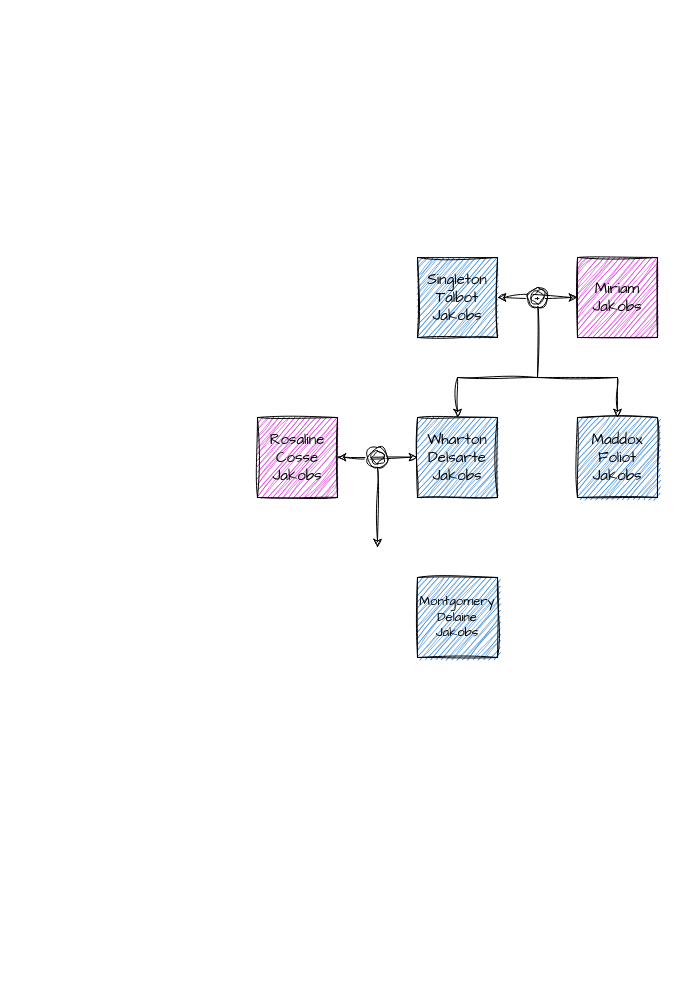
The draw.io diagram something/jfv family tree.drawio in hallowlock/jfv-family-tree, before the edit. Source tidied: cells renumbered, new cells numbered last; positions are measured from the earlier drawing's top-left corner, leaving out a move shared by most shapes. Both pictures are drawn from the tidied source at 100%, with x=0, y=0 at pixel (257, 257).
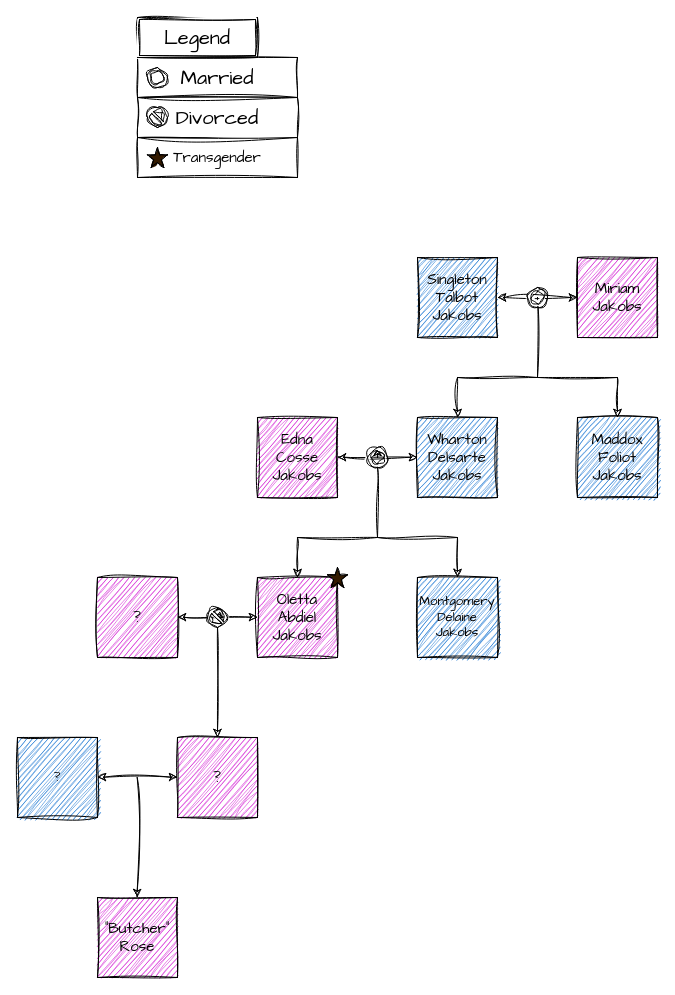
Above is the later version.

What changed in the source:
```diff
@@
-    <mxCell id="2" style="edgeStyle=orthogonalEdgeStyle;rounded=0;sketch=1;hachureGap=4;jiggle=2;curveFitting=1;jettySize=auto;html=1;exitX=1;exitY=0.5;exitDx=0;exitDy=0;entryX=0;entryY=0.5;entryDx=0;entryDy=0;fontFamily=Architects Daughter;fontSize=16;startArrow=classic;" parent="1" edge="1" source="3" target="4">
+    <mxCell id="2" style="edgeStyle=orthogonalEdgeStyle;rounded=0;hachureGap=4;jettySize=auto;html=1;exitX=1;exitY=0.5;exitDx=0;exitDy=0;entryX=0;entryY=0.5;entryDx=0;entryDy=0;fontFamily=Architects Daughter;fontSize=16;startArrow=classic;sketch=1;curveFitting=1;jiggle=2;" parent="1" edge="1" source="3" target="4">
       <mxGeometry relative="1" as="geometry" />
     </mxCell>
-    <mxCell id="3" value="&lt;div style=&quot;font-size: 15px;&quot;&gt;Singleton Talbot Jakobs&lt;br style=&quot;font-size: 15px;&quot;&gt;&lt;/div&gt;" style="rounded=0;whiteSpace=wrap;html=1;sketch=1;hachureGap=4;jiggle=2;curveFitting=1;fontFamily=Architects Daughter;fontSize=15;labelBackgroundColor=none;labelBorderColor=none;fillColor=#0066CC;" parent="1" vertex="1">
+    <mxCell id="3" value="&lt;div style=&quot;font-size: 15px;&quot;&gt;Singleton Talbot Jakobs&lt;br style=&quot;font-size: 15px;&quot;&gt;&lt;/div&gt;" style="rounded=0;whiteSpace=wrap;html=1;hachureGap=4;fontFamily=Architects Daughter;fontSize=15;labelBackgroundColor=none;labelBorderColor=none;fillColor=#0066CC;sketch=1;curveFitting=1;jiggle=2;" parent="1" vertex="1">
       <mxGeometry x="160" width="80" height="80" as="geometry" />
     </mxCell>
-    <mxCell id="4" value="Miriam Jakobs" style="rounded=0;whiteSpace=wrap;html=1;sketch=1;hachureGap=4;jiggle=2;curveFitting=1;fontFamily=Architects Daughter;fontSize=15;labelBackgroundColor=none;labelBorderColor=none;fillColor=#CC00CC;" parent="1" vertex="1">
+    <mxCell id="4" value="Miriam Jakobs" style="rounded=0;whiteSpace=wrap;html=1;hachureGap=4;fontFamily=Architects Daughter;fontSize=15;labelBackgroundColor=none;labelBorderColor=none;fillColor=#CC00CC;sketch=1;curveFitting=1;jiggle=2;" parent="1" vertex="1">
       <mxGeometry x="320" width="80" height="80" as="geometry" />
     </mxCell>
-    <mxCell id="5" value="Wharton Delsarte Jakobs" style="rounded=0;whiteSpace=wrap;html=1;sketch=1;hachureGap=4;jiggle=2;curveFitting=1;fontFamily=Architects Daughter;fontSize=15;labelBackgroundColor=none;labelBorderColor=none;fillColor=#0066CC;" parent="1" vertex="1">
+    <mxCell id="5" value="Wharton Delsarte Jakobs" style="rounded=0;whiteSpace=wrap;html=1;hachureGap=4;fontFamily=Architects Daughter;fontSize=15;labelBackgroundColor=none;labelBorderColor=none;fillColor=#0066CC;sketch=1;curveFitting=1;jiggle=2;" parent="1" vertex="1">
       <mxGeometry x="160" y="160" width="80" height="80" as="geometry" />
     </mxCell>
-    <mxCell id="6" style="endArrow=classic;html=1;rounded=0;sketch=1;hachureGap=4;jiggle=2;curveFitting=1;fontFamily=Architects Daughter;fontSize=16;entryX=0.5;entryY=0;entryDx=0;entryDy=0;" parent="1" edge="1" target="5">
+    <mxCell id="6" style="endArrow=classic;html=1;rounded=0;hachureGap=4;fontFamily=Architects Daughter;fontSize=16;entryX=0.5;entryY=0;entryDx=0;entryDy=0;sketch=1;curveFitting=1;jiggle=2;" parent="1" edge="1" target="5">
       <mxGeometry relative="1" as="geometry">
         <mxPoint x="280" y="40" as="sourcePoint" />
         <Array as="points">
           <mxPoint x="280" y="120" />
           <mxPoint x="200" y="120" />
         </Array>
       </mxGeometry>
     </mxCell>
-    <mxCell id="7" value="Maddox Foliot Jakobs" style="rounded=0;whiteSpace=wrap;html=1;sketch=1;hachureGap=4;jiggle=2;curveFitting=1;fontFamily=Architects Daughter;fontSize=15;labelBackgroundColor=none;labelBorderColor=none;fillColor=#0066CC;" parent="1" vertex="1">
+    <mxCell id="7" value="Maddox Foliot Jakobs" style="rounded=0;whiteSpace=wrap;html=1;hachureGap=4;fontFamily=Architects Daughter;fontSize=15;labelBackgroundColor=none;labelBorderColor=none;fillColor=#0066CC;sketch=1;curveFitting=1;jiggle=2;" parent="1" vertex="1">
       <mxGeometry x="320" y="160" width="80" height="80" as="geometry" />
     </mxCell>
-    <mxCell id="8" style="endArrow=classic;html=1;rounded=0;sketch=1;hachureGap=4;jiggle=2;curveFitting=1;fontFamily=Architects Daughter;fontSize=16;entryX=0.5;entryY=0;entryDx=0;entryDy=0;" parent="1" edge="1" target="7">
+    <mxCell id="8" style="endArrow=classic;html=1;rounded=0;hachureGap=4;fontFamily=Architects Daughter;fontSize=16;entryX=0.5;entryY=0;entryDx=0;entryDy=0;sketch=1;curveFitting=1;jiggle=2;" parent="1" edge="1" target="7">
       <mxGeometry relative="1" as="geometry">
         <mxPoint x="280" y="120" as="sourcePoint" />
         <Array as="points">
           <mxPoint x="360" y="120" />
         </Array>
       </mxGeometry>
     </mxCell>
-    <mxCell id="9" style="verticalLabelPosition=bottom;verticalAlign=top;html=1;shape=mxgraph.basic.donut;dx=3.67;sketch=1;hachureGap=4;jiggle=2;curveFitting=1;fontFamily=Architects Daughter;fontSize=20;" parent="1" vertex="1">
+    <mxCell id="9" style="verticalLabelPosition=bottom;verticalAlign=top;html=1;shape=mxgraph.basic.donut;dx=3.67;hachureGap=4;fontFamily=Architects Daughter;fontSize=20;sketch=1;curveFitting=1;jiggle=2;" parent="1" vertex="1">
       <mxGeometry x="270" y="30" width="20" height="20" as="geometry" />
     </mxCell>
-    <mxCell id="10" value="Rosaline Cosse Jakobs" style="rounded=0;whiteSpace=wrap;html=1;sketch=1;hachureGap=4;jiggle=2;curveFitting=1;fontFamily=Architects Daughter;fontSize=15;labelBackgroundColor=none;labelBorderColor=none;fillColor=#CC00CC;" parent="1" vertex="1">
+    <mxCell id="10" value="Edna Cosse Jakobs" style="rounded=0;whiteSpace=wrap;html=1;hachureGap=4;fontFamily=Architects Daughter;fontSize=15;labelBackgroundColor=none;labelBorderColor=none;fillColor=#CC00CC;sketch=1;curveFitting=1;jiggle=2;" parent="1" vertex="1">
       <mxGeometry y="160" width="80" height="80" as="geometry" />
     </mxCell>
-    <mxCell id="11" style="edgeStyle=orthogonalEdgeStyle;rounded=0;sketch=1;hachureGap=4;jiggle=2;curveFitting=1;orthogonalLoop=1;jettySize=auto;html=1;exitX=1;exitY=0.5;exitDx=0;exitDy=0;entryX=0;entryY=0.5;entryDx=0;entryDy=0;fontFamily=Architects Daughter;fontSize=16;startArrow=classic;" parent="1" edge="1">
+    <mxCell id="11" style="edgeStyle=orthogonalEdgeStyle;rounded=0;hachureGap=4;orthogonalLoop=1;jettySize=auto;html=1;exitX=1;exitY=0.5;exitDx=0;exitDy=0;entryX=0;entryY=0.5;entryDx=0;entryDy=0;fontFamily=Architects Daughter;fontSize=16;startArrow=classic;sketch=1;curveFitting=1;jiggle=2;" parent="1" edge="1">
       <mxGeometry relative="1" as="geometry">
         <mxPoint x="80" y="199.7" as="sourcePoint" />
         <mxPoint x="160" y="199.7" as="targetPoint" />
       </mxGeometry>
     </mxCell>
-    <mxCell id="12" style="verticalLabelPosition=bottom;verticalAlign=top;html=1;shape=mxgraph.basic.donut;dx=3.67;sketch=1;hachureGap=4;jiggle=2;curveFitting=1;fontFamily=Architects Daughter;fontSize=20;" parent="1" vertex="1">
-      <mxGeometry x="110" y="190" width="20" height="20" as="geometry" />
-    </mxCell>
-    <mxCell id="13" style="endArrow=classic;html=1;rounded=0;sketch=1;hachureGap=4;jiggle=2;curveFitting=1;fontFamily=Architects Daughter;fontSize=16;" parent="1" edge="1" source="12">
+    <mxCell id="13" style="endArrow=classic;html=1;rounded=0;hachureGap=4;fontFamily=Architects Daughter;fontSize=16;entryX=0.5;entryY=0;entryDx=0;entryDy=0;sketch=1;curveFitting=1;jiggle=2;" parent="1" edge="1" source="12" target="14">
       <mxGeometry relative="1" as="geometry">
-        <mxPoint x="120" y="290" as="targetPoint" />
+        <Array as="points">
+          <mxPoint x="120" y="280" />
+          <mxPoint x="200" y="280" />
+        </Array>
       </mxGeometry>
     </mxCell>
-    <mxCell id="14" value="Montgomery Delaine Jakobs" style="rounded=0;whiteSpace=wrap;html=1;sketch=1;hachureGap=4;jiggle=2;curveFitting=1;fontFamily=Architects Daughter;fontSize=13;labelBackgroundColor=none;labelBorderColor=none;fillColor=#0066CC;" parent="1" vertex="1">
+    <mxCell id="14" value="Montgomery Delaine Jakobs" style="rounded=0;whiteSpace=wrap;html=1;hachureGap=4;fontFamily=Architects Daughter;fontSize=13;labelBackgroundColor=none;labelBorderColor=none;fillColor=#0066CC;sketch=1;curveFitting=1;jiggle=2;" parent="1" vertex="1">
       <mxGeometry x="160" y="320" width="80" height="80" as="geometry" />
     </mxCell>
+    <mxCell id="15" value="Oletta Abdiel Jakobs" style="rounded=0;whiteSpace=wrap;html=1;hachureGap=4;fontFamily=Architects Daughter;fontSize=15;labelBackgroundColor=none;labelBorderColor=none;fillColor=#CC00CC;sketch=1;curveFitting=1;jiggle=2;" parent="1" vertex="1">
+      <mxGeometry y="320" width="80" height="80" as="geometry" />
+    </mxCell>
+    <mxCell id="16" style="endArrow=classic;html=1;rounded=0;hachureGap=4;fontFamily=Architects Daughter;fontSize=16;entryX=0.5;entryY=0;entryDx=0;entryDy=0;sketch=1;curveFitting=1;jiggle=2;" parent="1" edge="1" target="15">
+      <mxGeometry relative="1" as="geometry">
+        <mxPoint x="120" y="280" as="sourcePoint" />
+        <Array as="points">
+          <mxPoint x="40" y="280" />
+        </Array>
+      </mxGeometry>
+    </mxCell>
+    <mxCell id="17" style="endArrow=classic;html=1;rounded=0;hachureGap=4;fontFamily=Architects Daughter;fontSize=16;entryX=0.5;entryY=0;entryDx=0;entryDy=0;sketch=1;curveFitting=1;jiggle=2;" parent="1" edge="1" target="12">
+      <mxGeometry relative="1" as="geometry">
+        <mxPoint x="120" y="200" as="sourcePoint" />
+      </mxGeometry>
+    </mxCell>
+    <mxCell id="12" style="verticalLabelPosition=bottom;verticalAlign=top;html=1;shape=mxgraph.basic.donut;dx=3.67;hachureGap=4;fontFamily=Architects Daughter;fontSize=20;sketch=1;curveFitting=1;jiggle=2;" parent="1" vertex="1">
+      <mxGeometry x="110" y="190" width="20" height="20" as="geometry" />
+    </mxCell>
+    <mxCell id="18" value="?" style="rounded=0;whiteSpace=wrap;html=1;hachureGap=4;fontFamily=Architects Daughter;fontSize=15;labelBackgroundColor=none;labelBorderColor=none;fillColor=#CC00CC;sketch=1;curveFitting=1;jiggle=2;" parent="1" vertex="1">
+      <mxGeometry x="-160" y="320" width="80" height="80" as="geometry" />
+    </mxCell>
+    <mxCell id="19" style="edgeStyle=orthogonalEdgeStyle;rounded=0;hachureGap=4;orthogonalLoop=1;jettySize=auto;html=1;exitX=1;exitY=0.5;exitDx=0;exitDy=0;entryX=0;entryY=0.5;entryDx=0;entryDy=0;fontFamily=Architects Daughter;fontSize=16;startArrow=classic;sketch=1;curveFitting=1;jiggle=2;" parent="1" edge="1">
+      <mxGeometry relative="1" as="geometry">
+        <mxPoint x="-80" y="359.7" as="sourcePoint" />
+        <mxPoint y="359.7" as="targetPoint" />
+      </mxGeometry>
+    </mxCell>
+    <mxCell id="20" value="?" style="rounded=0;whiteSpace=wrap;html=1;hachureGap=4;fontFamily=Architects Daughter;fontSize=15;labelBackgroundColor=none;labelBorderColor=none;fillColor=#CC00CC;sketch=1;curveFitting=1;jiggle=2;" parent="1" vertex="1">
+      <mxGeometry x="-80" y="480" width="80" height="80" as="geometry" />
+    </mxCell>
+    <mxCell id="21" style="endArrow=classic;html=1;rounded=0;hachureGap=4;fontFamily=Architects Daughter;fontSize=16;entryX=0.5;entryY=0;entryDx=0;entryDy=0;sketch=1;curveFitting=1;jiggle=2;" parent="1" edge="1" source="35" target="20">
+      <mxGeometry relative="1" as="geometry" />
+    </mxCell>
+    <mxCell id="22" value="?" style="rounded=0;whiteSpace=wrap;html=1;hachureGap=4;fontFamily=Architects Daughter;fontSize=13;labelBackgroundColor=none;labelBorderColor=none;fillColor=#0066CC;sketch=1;curveFitting=1;jiggle=2;" parent="1" vertex="1">
+      <mxGeometry x="-240" y="480" width="80" height="80" as="geometry" />
+    </mxCell>
+    <mxCell id="23" style="edgeStyle=orthogonalEdgeStyle;rounded=0;hachureGap=4;orthogonalLoop=1;jettySize=auto;html=1;exitX=1;exitY=0.5;exitDx=0;exitDy=0;entryX=0;entryY=0.5;entryDx=0;entryDy=0;fontFamily=Architects Daughter;fontSize=16;startArrow=classic;sketch=1;curveFitting=1;jiggle=2;" parent="1" edge="1">
+      <mxGeometry relative="1" as="geometry">
+        <mxPoint x="-160" y="519.7" as="sourcePoint" />
+        <mxPoint x="-80" y="519.7" as="targetPoint" />
+      </mxGeometry>
+    </mxCell>
+    <mxCell id="24" style="endArrow=classic;html=1;rounded=0;hachureGap=4;fontFamily=Architects Daughter;fontSize=16;entryX=0.5;entryY=0;entryDx=0;entryDy=0;sketch=1;curveFitting=1;jiggle=2;" parent="1" edge="1">
+      <mxGeometry relative="1" as="geometry">
+        <mxPoint x="-120.3" y="520" as="sourcePoint" />
+        <mxPoint x="-120.3" y="640" as="targetPoint" />
+      </mxGeometry>
+    </mxCell>
+    <mxCell id="25" value="&quot;Butcher&quot; Rose" style="rounded=0;whiteSpace=wrap;html=1;hachureGap=4;fontFamily=Architects Daughter;fontSize=15;labelBackgroundColor=none;labelBorderColor=none;fillColor=#CC00CC;sketch=1;curveFitting=1;jiggle=2;" parent="1" vertex="1">
+      <mxGeometry x="-160" y="640" width="80" height="80" as="geometry" />
+    </mxCell>
+    <mxCell id="26" value="Married" style="html=1;whiteSpace=wrap;sketch=1;hachureGap=4;jiggle=2;curveFitting=1;fontFamily=Architects Daughter;fontSize=20;" parent="1" vertex="1">
+      <mxGeometry x="-120" y="-200" width="160" height="40" as="geometry" />
+    </mxCell>
+    <mxCell id="27" style="verticalLabelPosition=bottom;verticalAlign=top;html=1;shape=mxgraph.basic.donut;dx=3.67;sketch=1;hachureGap=4;jiggle=2;curveFitting=1;fontFamily=Architects Daughter;fontSize=20;" parent="26" vertex="1">
+      <mxGeometry x="10" y="10" width="20" height="20" as="geometry" />
+    </mxCell>
+    <mxCell id="28" value="Legend" style="shape=ext;double=1;rounded=0;whiteSpace=wrap;html=1;sketch=1;hachureGap=4;jiggle=2;curveFitting=1;fontFamily=Architects Daughter;fontSize=20;" parent="1" vertex="1">
+      <mxGeometry x="-120" y="-240" width="120" height="40" as="geometry" />
+    </mxCell>
+    <mxCell id="29" value="Divorced" style="html=1;whiteSpace=wrap;sketch=1;hachureGap=4;jiggle=2;curveFitting=1;fontFamily=Architects Daughter;fontSize=20;" parent="1" vertex="1">
+      <mxGeometry x="-120" y="-160" width="160" height="40" as="geometry" />
+    </mxCell>
+    <mxCell id="30" style="verticalLabelPosition=bottom;verticalAlign=top;html=1;shape=mxgraph.basic.no_symbol;sketch=1;hachureGap=4;jiggle=2;curveFitting=1;fontFamily=Architects Daughter;fontSize=20;" parent="29" vertex="1">
+      <mxGeometry x="10" y="10" width="20" height="20" as="geometry" />
+    </mxCell>
+    <mxCell id="31" value="Transgender" style="html=1;whiteSpace=wrap;sketch=1;hachureGap=4;jiggle=2;curveFitting=1;fontFamily=Architects Daughter;fontSize=15;" parent="1" vertex="1">
+      <mxGeometry x="-120" y="-120" width="160" height="40" as="geometry" />
+    </mxCell>
+    <mxCell id="32" style="verticalLabelPosition=bottom;verticalAlign=top;html=1;shape=mxgraph.basic.star;hachureGap=4;fontFamily=Architects Daughter;fontSize=20;sketch=1;curveFitting=1;jiggle=2;fillStyle=solid;fillColor=#331A00;" parent="31" vertex="1">
+      <mxGeometry x="10" y="10" width="20" height="20" as="geometry" />
+    </mxCell>
+    <mxCell id="33" style="verticalLabelPosition=bottom;verticalAlign=top;html=1;shape=mxgraph.basic.star;hachureGap=4;fontFamily=Architects Daughter;fontSize=20;fillStyle=solid;fillColor=#331A00;sketch=1;curveFitting=1;jiggle=2;" parent="1" vertex="1">
+      <mxGeometry x="70" y="310" width="20" height="20" as="geometry" />
+    </mxCell>
+    <mxCell id="34" style="endArrow=classic;html=1;rounded=0;hachureGap=4;fontFamily=Architects Daughter;fontSize=16;entryX=0.5;entryY=0;entryDx=0;entryDy=0;sketch=1;curveFitting=1;jiggle=2;" parent="1" edge="1" target="35">
+      <mxGeometry relative="1" as="geometry">
+        <mxPoint x="-40" y="360" as="sourcePoint" />
+      </mxGeometry>
+    </mxCell>
+    <mxCell id="35" style="verticalLabelPosition=bottom;verticalAlign=top;html=1;shape=mxgraph.basic.no_symbol;hachureGap=4;fontFamily=Architects Daughter;fontSize=20;sketch=1;curveFitting=1;jiggle=2;" parent="1" vertex="1">
+      <mxGeometry x="-50" y="350" width="20" height="20" as="geometry" />
+    </mxCell>
```
